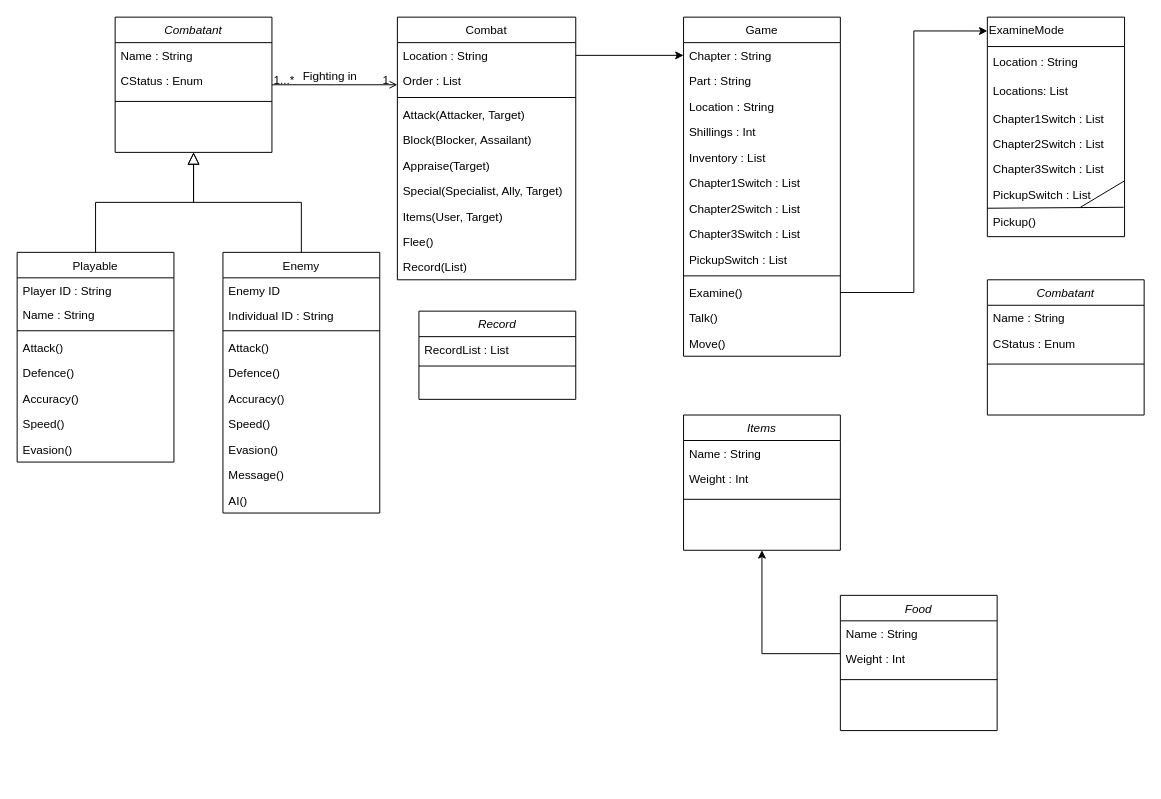
Above: WandW_class.drawio in wildwood44/WildAndWyrdDemo (draw.io), before the change. Source tidied: cells renumbered, new cells numbered last; positions are measured from the earlier drawing's top-left corner, leaving out a move shared by most shapes. Both pictures are drawn from the tidied source at 98%, with x=0, y=0 at pixel (17, 17).
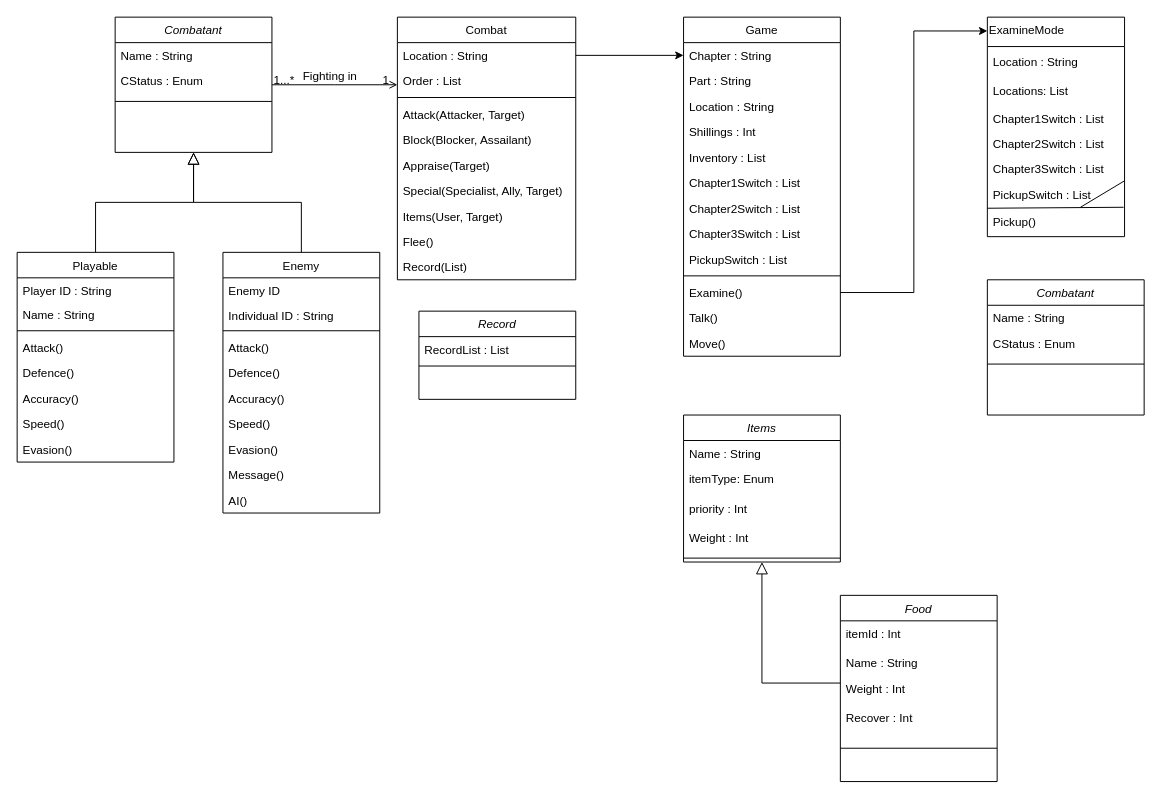
The same diagram, later.

Change to the diagram source:
```diff
@@
     <mxCell id="76" value="Food" style="swimlane;fontStyle=2;align=center;verticalAlign=top;horizontal=1;startSize=26;rounded=0;shadow=0;strokeWidth=1;" parent="1" vertex="1">
-      <mxGeometry x="840" y="590" width="160" height="138" as="geometry" />
+      <mxGeometry x="840" y="590" width="160" height="190" as="geometry" />
     </mxCell>
+    <mxCell id="85" value="itemId : Int" style="text;strokeColor=none;fillColor=none;align=left;verticalAlign=top;rounded=0;spacingLeft=4;spacingRight=4;" parent="76" vertex="1">
+      <mxGeometry y="26" width="160" height="30" as="geometry" />
+    </mxCell>
     <mxCell id="77" value="Name : String" style="text;align=left;verticalAlign=top;spacingLeft=4;spacingRight=4;overflow=hidden;" parent="76" vertex="1">
-      <mxGeometry y="26" width="160" height="26" as="geometry" />
+      <mxGeometry y="56" width="160" height="26" as="geometry" />
     </mxCell>
     <mxCell id="78" value="Weight : Int" style="text;strokeColor=none;fillColor=none;align=left;verticalAlign=top;rounded=0;spacingLeft=4;spacingRight=4;" parent="76" vertex="1">
-      <mxGeometry y="52" width="160" height="30" as="geometry" />
+      <mxGeometry y="82" width="160" height="30" as="geometry" />
     </mxCell>
+    <mxCell id="86" value="Recover : Int" style="text;strokeColor=none;fillColor=none;align=left;verticalAlign=top;rounded=0;spacingLeft=4;spacingRight=4;" parent="76" vertex="1">
+      <mxGeometry y="112" width="160" height="30" as="geometry" />
+    </mxCell>
     <mxCell id="79" style="line;html=1;strokeWidth=1;align=left;verticalAlign=middle;spacingTop=-1;spacingLeft=3;spacingRight=3;labelPosition=right;" parent="76" vertex="1">
-      <mxGeometry y="82" width="160" height="8" as="geometry" />
+      <mxGeometry y="142" width="160" height="28" as="geometry" />
     </mxCell>
     <mxCell id="80" value="Items" style="swimlane;fontStyle=2;align=center;verticalAlign=top;horizontal=1;startSize=26;rounded=0;shadow=0;strokeWidth=1;" parent="1" vertex="1">
-      <mxGeometry x="680" y="406" width="160" height="138" as="geometry" />
+      <mxGeometry x="680" y="406" width="160" height="150" as="geometry" />
     </mxCell>
@@
-    <mxCell id="82" value="Weight : Int" style="text;strokeColor=none;fillColor=none;align=left;verticalAlign=top;rounded=0;spacingLeft=4;spacingRight=4;" parent="80" vertex="1">
+    <mxCell id="82" value="itemType: Enum" style="text;strokeColor=none;fillColor=none;align=left;verticalAlign=top;rounded=0;spacingLeft=4;spacingRight=4;" parent="80" vertex="1">
       <mxGeometry y="52" width="160" height="30" as="geometry" />
     </mxCell>
+    <mxCell id="87" value="priority : Int" style="text;strokeColor=none;fillColor=none;align=left;verticalAlign=top;rounded=0;spacingLeft=4;spacingRight=4;" parent="80" vertex="1">
+      <mxGeometry y="82" width="160" height="30" as="geometry" />
+    </mxCell>
+    <mxCell id="88" value="Weight : Int" style="text;strokeColor=none;fillColor=none;align=left;verticalAlign=top;rounded=0;spacingLeft=4;spacingRight=4;" parent="80" vertex="1">
+      <mxGeometry y="112" width="160" height="30" as="geometry" />
+    </mxCell>
     <mxCell id="83" style="line;html=1;strokeWidth=1;align=left;verticalAlign=middle;spacingTop=-1;spacingLeft=3;spacingRight=3;labelPosition=right;" parent="80" vertex="1">
-      <mxGeometry y="82" width="160" height="8" as="geometry" />
+      <mxGeometry y="142" width="160" height="8" as="geometry" />
     </mxCell>
-    <mxCell id="84" style="edgeStyle=orthogonalEdgeStyle;rounded=0;jettySize=auto;html=1;exitX=0;exitY=0.25;exitDx=0;exitDy=0;entryX=0.5;entryY=1;entryDx=0;entryDy=0;" parent="1" edge="1" source="78" target="80">
+    <mxCell id="84" style="edgeStyle=orthogonalEdgeStyle;rounded=0;jettySize=auto;html=1;exitX=0;exitY=0.25;exitDx=0;exitDy=0;entryX=0.5;entryY=1;entryDx=0;entryDy=0;endArrow=block;endFill=0;endSize=10;" parent="1" edge="1" source="78" target="80">
       <mxGeometry relative="1" as="geometry" />
     </mxCell>
```
